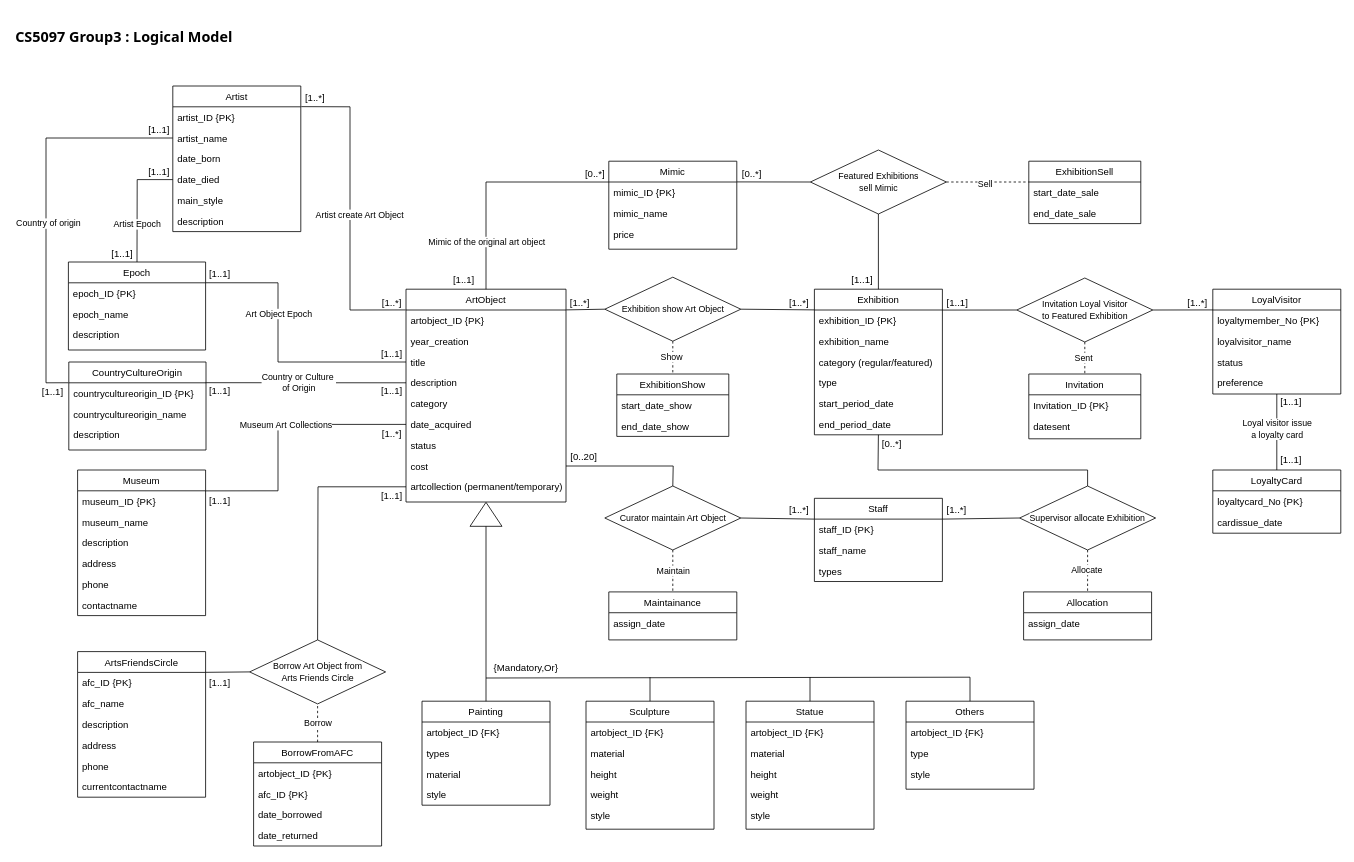
This is Group3_Logical-Model-3NF.drawio from chanokchut/CS5097, a draw.io file, before an edit. Source tidied: cells renumbered, new cells numbered last; positions are measured from the earlier drawing's top-left corner, leaving out a move shared by most shapes. Both pictures are drawn from the tidied source at 80%, with x=0, y=0 at pixel (14, 14).
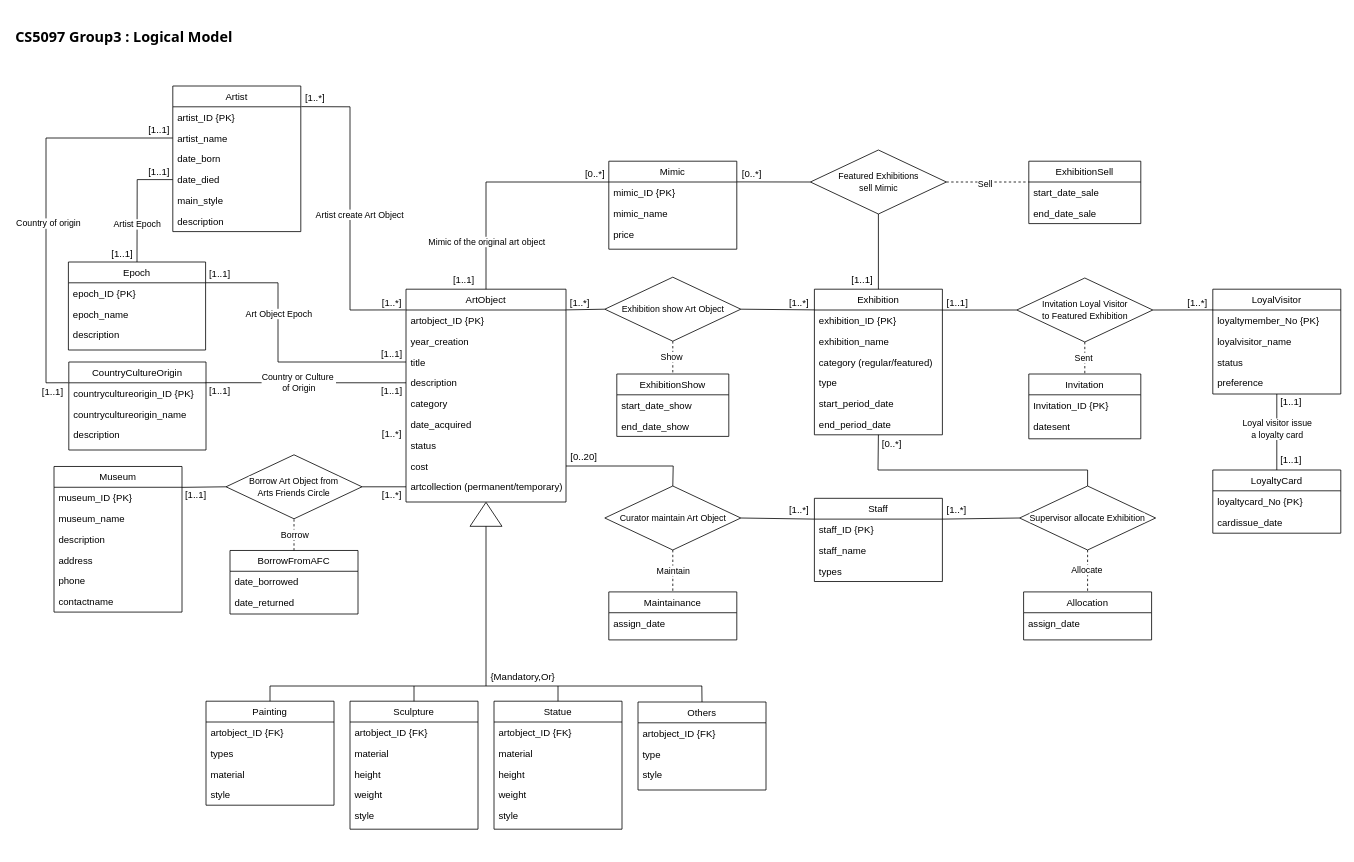
After the change.

The change refers to these unchanged cells:
```xml
<mxCell id="3" value="museum_ID {PK}" style="text;align=left;verticalAlign=top;spacingLeft=4;spacingRight=4;overflow=hidden;points=[[0,0.5],[1,0.5]];portConstraint=eastwest;" parent="2" vertex="1">
  <mxGeometry y="26" width="160" height="26" as="geometry" />
</mxCell>
<mxCell id="15" value="date_acquired" style="text;align=left;verticalAlign=top;spacingLeft=4;spacingRight=4;overflow=hidden;points=[[0,0.5],[1,0.5]];portConstraint=eastwest;" parent="9" vertex="1">
  <mxGeometry y="156" width="200" height="26" as="geometry" />
</mxCell>
<mxCell id="18" value="artcollection (permanent/temporary)" style="text;align=left;verticalAlign=top;spacingLeft=4;spacingRight=4;overflow=hidden;points=[[0,0.5],[1,0.5]];portConstraint=eastwest;" parent="9" vertex="1">
  <mxGeometry y="234" width="200" height="26" as="geometry" />
</mxCell>
<mxCell id="123" style="triangle;whiteSpace=wrap;html=1;rotation=-90;" parent="1" vertex="1">
  <mxGeometry x="575" y="605.4" width="30" height="40" as="geometry" />
</mxCell>
```

Change to the diagram source:
```diff
@@
     <mxCell id="2" value="Museum" style="swimlane;fontStyle=0;align=center;verticalAlign=top;horizontal=1;startSize=26;rounded=0;shadow=0;strokeWidth=1;" parent="1" vertex="1">
-      <mxGeometry x="79.5" y="570" width="160" height="182" as="geometry" />
+      <mxGeometry x="50" y="565.6" width="160" height="182" as="geometry" />
     </mxCell>
@@
-    <mxCell id="57" style="endArrow=none;html=1;rounded=0;entryX=0.998;entryY=0.004;entryDx=0;entryDy=0;entryPerimeter=0;exitX=0;exitY=0.5;exitDx=0;exitDy=0;" parent="1" edge="1" source="15" target="3">
-      <mxGeometry relative="1" as="geometry">
-        <Array as="points">
-          <mxPoint x="330" y="513" />
-          <mxPoint x="330" y="596" />
-        </Array>
-      </mxGeometry>
-    </mxCell>
-    <mxCell id="58" value="Museum Art Collections" style="edgeLabel;html=1;align=center;verticalAlign=middle;" parent="57" vertex="1">
-      <mxGeometry x="-0.09" y="-1" relative="1" as="geometry">
-        <mxPoint x="1" y="1" as="offset" />
-      </mxGeometry>
-    </mxCell>
@@
     <mxCell id="102" value="Painting" style="swimlane;fontStyle=0;align=center;verticalAlign=top;horizontal=1;startSize=26;rounded=0;shadow=0;strokeWidth=1;" parent="1" vertex="1">
-      <mxGeometry x="510" y="859" width="160" height="130" as="geometry" />
+      <mxGeometry x="240" y="859" width="160" height="130" as="geometry" />
     </mxCell>
@@
     <mxCell id="107" value="Sculpture" style="swimlane;fontStyle=0;align=center;verticalAlign=top;horizontal=1;startSize=26;rounded=0;shadow=0;strokeWidth=1;" parent="1" vertex="1">
-      <mxGeometry x="715" y="859" width="160" height="160" as="geometry" />
+      <mxGeometry x="420" y="859" width="160" height="160" as="geometry" />
     </mxCell>
@@
     <mxCell id="113" value="Others" style="swimlane;fontStyle=0;align=center;verticalAlign=top;horizontal=1;startSize=26;rounded=0;shadow=0;strokeWidth=1;" parent="1" vertex="1">
-      <mxGeometry x="1115" y="859" width="160" height="110" as="geometry" />
+      <mxGeometry x="780" y="860" width="160" height="110" as="geometry" />
     </mxCell>
@@
     <mxCell id="117" value="Statue" style="swimlane;fontStyle=0;align=center;verticalAlign=top;horizontal=1;startSize=26;rounded=0;shadow=0;strokeWidth=1;" parent="1" vertex="1">
-      <mxGeometry x="915" y="859" width="160" height="160" as="geometry" />
+      <mxGeometry x="600" y="859" width="160" height="160" as="geometry" />
     </mxCell>
@@
-    <mxCell id="124" style="endArrow=none;html=1;rounded=0;exitX=0;exitY=0.5;exitDx=0;exitDy=0;entryX=0.5;entryY=0;entryDx=0;entryDy=0;" parent="1" edge="1" source="123" target="102">
-      <mxGeometry relative="1" as="geometry" />
+    <mxCell id="124" style="endArrow=none;html=1;rounded=0;exitX=0;exitY=0.5;exitDx=0;exitDy=0;" parent="1" edge="1" source="123">
+      <mxGeometry relative="1" as="geometry">
+        <mxPoint x="590" y="840" as="targetPoint" />
+      </mxGeometry>
     </mxCell>
-    <mxCell id="125" style="endArrow=none;html=1;rounded=0;" parent="1" edge="1">
-      <mxGeometry relative="1" as="geometry">
-        <mxPoint x="590" y="830" as="sourcePoint" />
-        <mxPoint x="1195" y="829" as="targetPoint" />
-      </mxGeometry>
-    </mxCell>
-    <mxCell id="126" style="endArrow=none;html=1;rounded=0;entryX=0.5;entryY=0;entryDx=0;entryDy=0;" parent="1" edge="1" target="107">
-      <mxGeometry relative="1" as="geometry">
-        <mxPoint x="795" y="829" as="sourcePoint" />
-      </mxGeometry>
-    </mxCell>
-    <mxCell id="127" style="endArrow=none;html=1;rounded=0;entryX=0.5;entryY=0;entryDx=0;entryDy=0;" parent="1" edge="1" target="117">
-      <mxGeometry relative="1" as="geometry">
-        <mxPoint x="995" y="829" as="sourcePoint" />
-      </mxGeometry>
-    </mxCell>
-    <mxCell id="128" style="endArrow=none;html=1;rounded=0;entryX=0.5;entryY=0;entryDx=0;entryDy=0;" parent="1" edge="1" target="113">
-      <mxGeometry relative="1" as="geometry">
-        <mxPoint x="1195" y="829" as="sourcePoint" />
-      </mxGeometry>
-    </mxCell>
     <mxCell id="129" value="{Mandatory,Or}" style="text;whiteSpace=wrap;" parent="1" vertex="1">
-      <mxGeometry x="597.5" y="804" width="90" height="30" as="geometry" />
+      <mxGeometry x="593.5" y="815" width="90" height="30" as="geometry" />
     </mxCell>
@@
-    <mxCell id="141" value="ArtsFriendsCircle" style="swimlane;fontStyle=0;align=center;verticalAlign=top;horizontal=1;startSize=26;rounded=0;shadow=0;strokeWidth=1;" parent="1" vertex="1">
-      <mxGeometry x="79.5" y="797" width="160" height="182" as="geometry" />
-    </mxCell>
-    <mxCell id="142" value="afc_ID {PK}" style="text;align=left;verticalAlign=top;spacingLeft=4;spacingRight=4;overflow=hidden;points=[[0,0.5],[1,0.5]];portConstraint=eastwest;" parent="141" vertex="1">
-      <mxGeometry y="26" width="160" height="26" as="geometry" />
-    </mxCell>
-    <mxCell id="143" value="afc_name" style="text;align=left;verticalAlign=top;spacingLeft=4;spacingRight=4;overflow=hidden;" parent="141" vertex="1">
-      <mxGeometry y="52" width="160" height="26" as="geometry" />
-    </mxCell>
-    <mxCell id="144" value="description" style="text;align=left;verticalAlign=top;spacingLeft=4;spacingRight=4;overflow=hidden;" parent="141" vertex="1">
-      <mxGeometry y="78" width="160" height="26" as="geometry" />
-    </mxCell>
-    <mxCell id="145" value="address" style="text;align=left;verticalAlign=top;spacingLeft=4;spacingRight=4;overflow=hidden;" parent="141" vertex="1">
-      <mxGeometry y="104" width="160" height="26" as="geometry" />
-    </mxCell>
-    <mxCell id="146" value="phone" style="text;align=left;verticalAlign=top;spacingLeft=4;spacingRight=4;overflow=hidden;" parent="141" vertex="1">
-      <mxGeometry y="130" width="160" height="26" as="geometry" />
-    </mxCell>
-    <mxCell id="147" value="currentcontactname" style="text;align=left;verticalAlign=top;spacingLeft=4;spacingRight=4;overflow=hidden;" parent="141" vertex="1">
-      <mxGeometry y="156" width="160" height="26" as="geometry" />
-    </mxCell>
     <mxCell id="148" value="BorrowFromAFC" style="swimlane;fontStyle=0;align=center;verticalAlign=top;horizontal=1;startSize=26;rounded=0;shadow=0;strokeWidth=1;" parent="1" vertex="1">
-      <mxGeometry x="299.5" y="910" width="160" height="130" as="geometry" />
+      <mxGeometry x="270" y="670.6" width="160" height="79.4" as="geometry" />
     </mxCell>
-    <mxCell id="149" value="artobject_ID {PK}" style="text;align=left;verticalAlign=top;spacingLeft=4;spacingRight=4;overflow=hidden;" parent="148" vertex="1">
-      <mxGeometry y="26" width="160" height="26" as="geometry" />
-    </mxCell>
-    <mxCell id="150" value="afc_ID {PK}" style="text;align=left;verticalAlign=top;spacingLeft=4;spacingRight=4;overflow=hidden;" parent="148" vertex="1">
-      <mxGeometry y="52" width="160" height="26" as="geometry" />
-    </mxCell>
     <mxCell id="151" value="date_borrowed" style="text;align=left;verticalAlign=top;spacingLeft=4;spacingRight=4;overflow=hidden;" parent="148" vertex="1">
-      <mxGeometry y="78" width="160" height="26" as="geometry" />
+      <mxGeometry y="26" width="160" height="26" as="geometry" />
     </mxCell>
     <mxCell id="152" value="date_returned" style="text;align=left;verticalAlign=top;spacingLeft=4;spacingRight=4;overflow=hidden;" parent="148" vertex="1">
-      <mxGeometry y="104" width="160" height="26" as="geometry" />
+      <mxGeometry y="52" width="160" height="26" as="geometry" />
     </mxCell>
     <mxCell id="153" value="&lt;span style=&quot;font-size: 11px; text-align: right; text-wrap-mode: nowrap; background-color: rgb(255, 255, 255);&quot;&gt;Borrow Art Object from&lt;/span&gt;&lt;br style=&quot;font-size: 11px; text-align: right; text-wrap-mode: nowrap;&quot;&gt;&lt;span style=&quot;font-size: 11px; text-align: right; text-wrap-mode: nowrap; background-color: rgb(255, 255, 255);&quot;&gt;Arts Friends Circle&lt;/span&gt;" style="rhombus;whiteSpace=wrap;html=1;" parent="1" vertex="1">
-      <mxGeometry x="294.5" y="782.4" width="170" height="80" as="geometry" />
+      <mxGeometry x="265" y="551" width="170" height="80" as="geometry" />
     </mxCell>
-    <mxCell id="154" style="endArrow=none;html=1;rounded=0;entryX=0;entryY=0.5;entryDx=0;entryDy=0;exitX=0.5;exitY=0;exitDx=0;exitDy=0;" parent="1" edge="1" source="153" target="18">
-      <mxGeometry relative="1" as="geometry">
-        <Array as="points">
-          <mxPoint x="380" y="591" />
-        </Array>
-      </mxGeometry>
-    </mxCell>
-    <mxCell id="155" style="endArrow=none;html=1;rounded=0;entryX=0;entryY=0.5;entryDx=0;entryDy=0;exitX=0.998;exitY=-0.003;exitDx=0;exitDy=0;exitPerimeter=0;" parent="1" edge="1" source="142" target="153">
+    <mxCell id="155" style="endArrow=none;html=1;rounded=0;entryX=0;entryY=0.5;entryDx=0;entryDy=0;exitX=1;exitY=0.003;exitDx=0;exitDy=0;exitPerimeter=0;" parent="1" edge="1" source="3" target="153">
       <mxGeometry relative="1" as="geometry" />
     </mxCell>
@@
-    <mxCell id="171" value="[1..1]" style="text;html=1;align=center;verticalAlign=middle;whiteSpace=wrap;rounded=0;" parent="1" vertex="1">
-      <mxGeometry x="234.5" y="593.5" width="45" height="30" as="geometry" />
-    </mxCell>
@@
-    <mxCell id="173" value="[1..1]" style="text;html=1;align=center;verticalAlign=middle;whiteSpace=wrap;rounded=0;" parent="1" vertex="1">
-      <mxGeometry x="450" y="588" width="45" height="30" as="geometry" />
+    <mxCell id="173" value="[1..*]" style="text;html=1;align=center;verticalAlign=middle;whiteSpace=wrap;rounded=0;" parent="1" vertex="1">
+      <mxGeometry x="450" y="586" width="45" height="30" as="geometry" />
     </mxCell>
     <mxCell id="174" value="[1..1]" style="text;html=1;align=center;verticalAlign=middle;whiteSpace=wrap;rounded=0;" parent="1" vertex="1">
-      <mxGeometry x="234.5" y="821" width="45" height="30" as="geometry" />
+      <mxGeometry x="205" y="586.6" width="45" height="30" as="geometry" />
     </mxCell>
@@
+    <mxCell id="154" style="endArrow=none;html=1;rounded=0;entryX=0;entryY=0.5;entryDx=0;entryDy=0;exitX=1;exitY=0.5;exitDx=0;exitDy=0;" parent="1" edge="1" source="153" target="18">
+      <mxGeometry relative="1" as="geometry" />
+    </mxCell>
+    <mxCell id="185" style="endArrow=none;html=1;rounded=0;" parent="1" edge="1">
+      <mxGeometry relative="1" as="geometry">
+        <mxPoint x="320" y="840" as="sourcePoint" />
+        <mxPoint x="860" y="840" as="targetPoint" />
+      </mxGeometry>
+    </mxCell>
+    <mxCell id="186" style="endArrow=none;html=1;rounded=0;exitX=0.5;exitY=0;exitDx=0;exitDy=0;" parent="1" edge="1" source="102">
+      <mxGeometry relative="1" as="geometry">
+        <mxPoint x="320" y="840" as="targetPoint" />
+      </mxGeometry>
+    </mxCell>
+    <mxCell id="187" style="endArrow=none;html=1;rounded=0;exitX=0.5;exitY=0;exitDx=0;exitDy=0;" parent="1" edge="1" source="107">
+      <mxGeometry relative="1" as="geometry">
+        <mxPoint x="500" y="840" as="targetPoint" />
+      </mxGeometry>
+    </mxCell>
+    <mxCell id="188" style="endArrow=none;html=1;rounded=0;exitX=0.5;exitY=0;exitDx=0;exitDy=0;" parent="1" edge="1" source="117">
+      <mxGeometry relative="1" as="geometry">
+        <mxPoint x="680" y="840" as="targetPoint" />
+      </mxGeometry>
+    </mxCell>
+    <mxCell id="189" style="endArrow=none;html=1;rounded=0;exitX=0.5;exitY=0;exitDx=0;exitDy=0;" parent="1" edge="1" source="113">
+      <mxGeometry relative="1" as="geometry">
+        <mxPoint x="859.8" y="840" as="targetPoint" />
+      </mxGeometry>
+    </mxCell>
```
